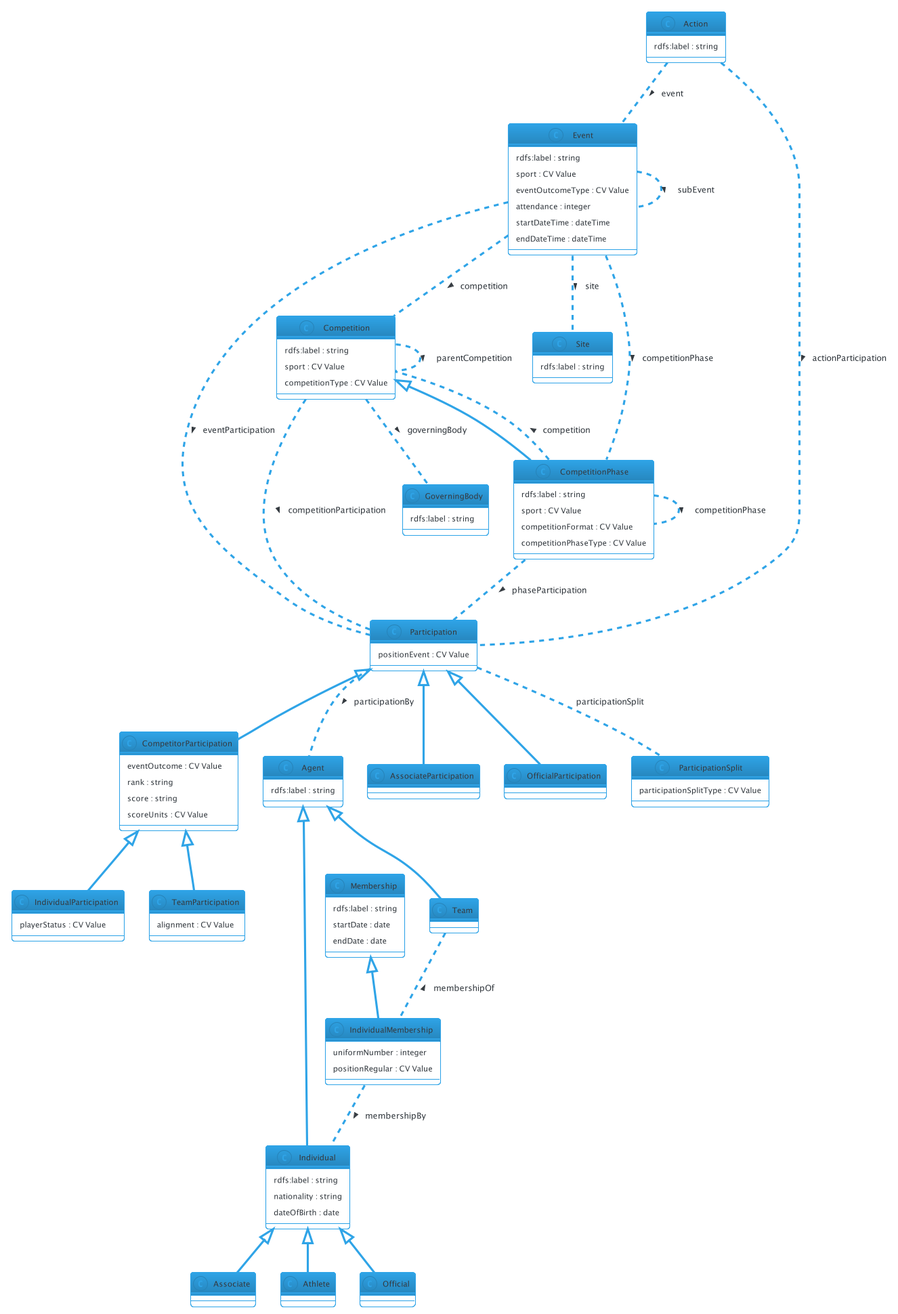
Earlier version of the PlantUML export docs/diagrams/iptc-sport-model.png (iptc/sport-schema).
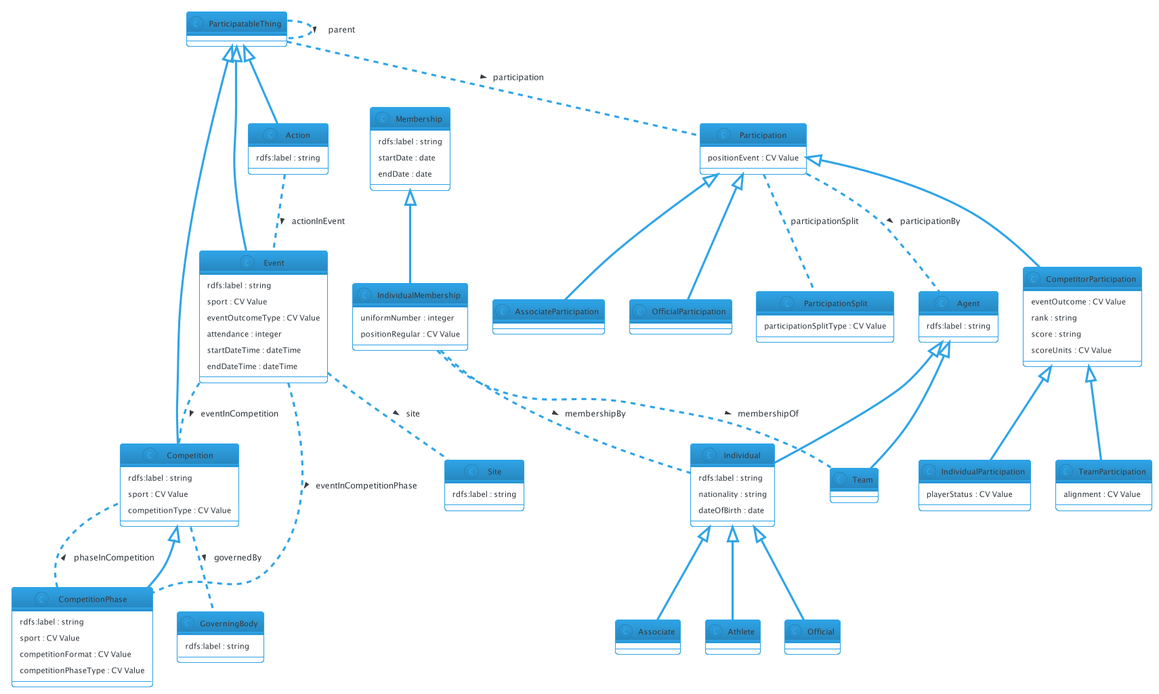
The same file after the commit.

Commit message:
Updates to diagram based on today's meeting

Diff of the diagram source:
```diff
@@ -14,6 +14,9 @@
 }
 
 class Athlete {
+}
+
+class ParticipatableThing {
 }
 
 class Competition {
@@ -99,6 +102,9 @@
 }
 
 
+ParticipatableThing <|-- Competition
+ParticipatableThing <|-- Event
+ParticipatableThing <|-- Action
 Competition <|-- CompetitionPhase
 CompetitorParticipation <|-- TeamParticipation
 CompetitorParticipation <|-- IndividualParticipation
@@ -113,21 +119,19 @@
 Individual <|-- Official
 
 
-Action .. Event : > event
-Action .. Participation : > actionParticipation
-Competition .. Competition : > parentCompetition
-Competition .. GoverningBody : > governingBody
-Competition .. Participation : > competitionParticipation
-CompetitionPhase .. Competition : > competition
-CompetitionPhase .. Participation : > phaseParticipation
-CompetitionPhase .. CompetitionPhase : > competitionPhase
-Event .. Competition : > competition
-Event .. CompetitionPhase : > competitionPhase
-Event .. Event : > subEvent
-Event .. Participation : > eventParticipation
+ParticipatableThing .. Participation : > participation
+ParticipatableThing .. ParticipatableThing : > parent
+
+
+Action .. Event : > actionInEvent
+Event .. Competition : > eventInCompetition
+Event .. CompetitionPhase : > eventInCompetitionPhase
+CompetitionPhase .. Competition : > phaseInCompetition
+
+Competition .. GoverningBody : > governedBy
 Event .. Site :  > site
 IndividualMembership .. Individual : > membershipBy
 Participation .. Agent : > participationBy
 Participation .. ParticipationSplit : participationSplit
-Team .. IndividualMembership : < membershipOf
+IndividualMembership .. Team : > membershipOf
 @enduml
```
